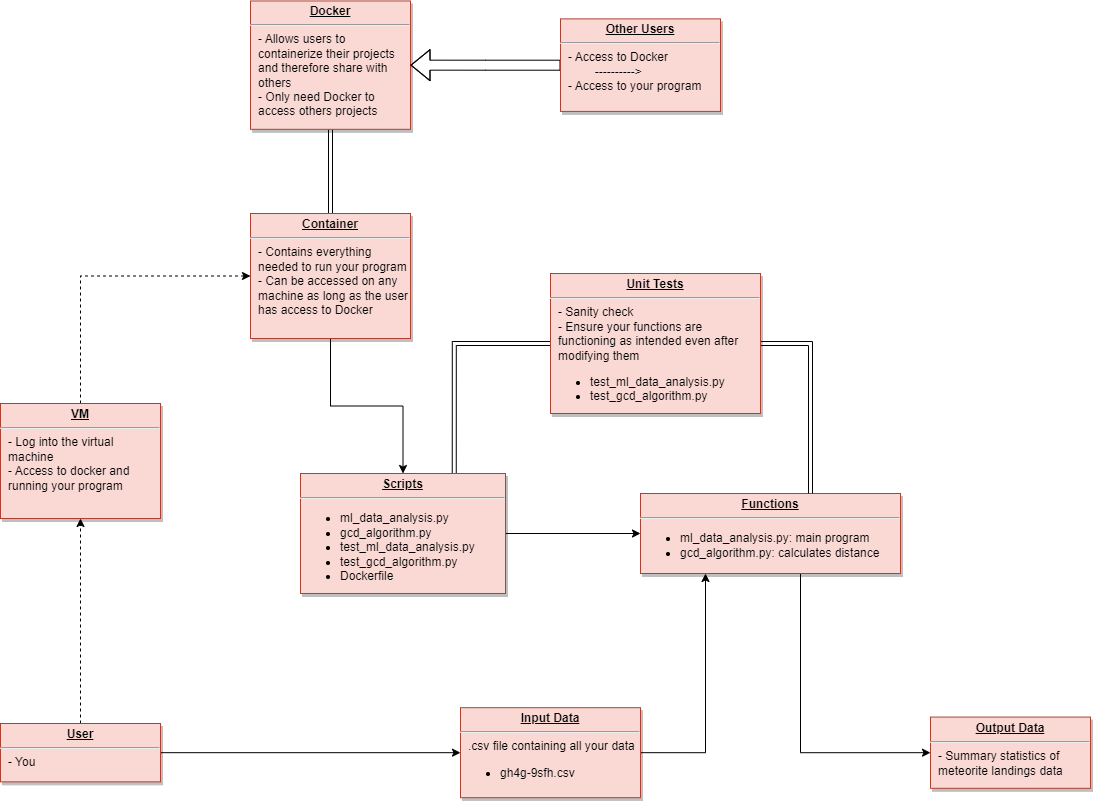
Above: homework05/diagram.png in nicoleolv/coe332-sp24 (draw.io), before the change. Source tidied: cells renumbered, new cells last; positions are measured from the earlier drawing's top-left corner, leaving out a move shared by most shapes. Its diagram source:
```xml
<mxGraphModel>
  <root>
    <mxCell id="0" />
    <mxCell id="1" parent="0" />
    <mxCell id="2" style="edgeStyle=orthogonalEdgeStyle;rounded=0;jettySize=auto;html=1;entryX=0.5;entryY=0;entryDx=0;entryDy=0;curved=0;shape=link;" parent="1" edge="1" source="3" target="5">
      <mxGeometry relative="1" as="geometry" />
    </mxCell>
    <mxCell id="3" value="&lt;p style=&quot;margin: 0px; margin-top: 4px; text-align: center; text-decoration: underline;&quot;&gt;&lt;b&gt;Docker&lt;/b&gt;&lt;/p&gt;&lt;hr&gt;&lt;p style=&quot;margin: 0px; margin-left: 8px;&quot;&gt;- Allows users to&amp;nbsp;&lt;/p&gt;&lt;p style=&quot;margin: 0px; margin-left: 8px;&quot;&gt;containerize their projects&lt;/p&gt;&lt;p style=&quot;margin: 0px; margin-left: 8px;&quot;&gt;and therefore share with&amp;nbsp;&lt;/p&gt;&lt;p style=&quot;margin: 0px; margin-left: 8px;&quot;&gt;others&lt;/p&gt;&lt;p style=&quot;margin: 0px; margin-left: 8px;&quot;&gt;- Only need Docker to&amp;nbsp;&lt;/p&gt;&lt;p style=&quot;margin: 0px; margin-left: 8px;&quot;&gt;access others projects&lt;/p&gt;" style="verticalAlign=top;align=left;overflow=fill;fontSize=12;fontFamily=Helvetica;html=1;strokeColor=#ae4132;shadow=1;fillColor=#fad9d5;" parent="1" vertex="1">
      <mxGeometry x="250" y="0.5" width="160" height="128.4" as="geometry" />
    </mxCell>
    <mxCell id="4" style="edgeStyle=orthogonalEdgeStyle;rounded=0;jettySize=auto;html=1;" parent="1" edge="1" source="5" target="11">
      <mxGeometry relative="1" as="geometry" />
    </mxCell>
    <mxCell id="5" value="&lt;p style=&quot;margin: 0px; margin-top: 4px; text-align: center; text-decoration: underline;&quot;&gt;&lt;strong&gt;Container&lt;/strong&gt;&lt;/p&gt;&lt;hr&gt;&lt;p style=&quot;margin: 0px; margin-left: 8px;&quot;&gt;- Contains everything&amp;nbsp;&lt;/p&gt;&lt;p style=&quot;margin: 0px; margin-left: 8px;&quot;&gt;needed to run your program&lt;/p&gt;&lt;p style=&quot;margin: 0px; margin-left: 8px;&quot;&gt;- Can be accessed on any&lt;/p&gt;&lt;p style=&quot;margin: 0px; margin-left: 8px;&quot;&gt;machine as long as the user&lt;/p&gt;&lt;p style=&quot;margin: 0px; margin-left: 8px;&quot;&gt;has access to Docker&lt;/p&gt;" style="verticalAlign=top;align=left;overflow=fill;fontSize=12;fontFamily=Helvetica;html=1;strokeColor=#AE4132;shadow=1;fillColor=#fad9d5;gradientColor=none;" parent="1" vertex="1">
      <mxGeometry x="250" y="213" width="160" height="125" as="geometry" />
    </mxCell>
    <mxCell id="6" style="edgeStyle=orthogonalEdgeStyle;rounded=0;jettySize=auto;html=1;exitX=0.5;exitY=0;exitDx=0;exitDy=0;entryX=0;entryY=0.5;entryDx=0;entryDy=0;dashed=1;" parent="1" edge="1" source="7" target="5">
      <mxGeometry relative="1" as="geometry" />
    </mxCell>
    <mxCell id="7" value="&lt;p style=&quot;margin: 0px; margin-top: 4px; text-align: center; text-decoration: underline;&quot;&gt;&lt;b&gt;VM&lt;/b&gt;&lt;/p&gt;&lt;hr&gt;&lt;p style=&quot;margin: 0px; margin-left: 8px;&quot;&gt;- Log into the virtual&lt;/p&gt;&lt;p style=&quot;margin: 0px; margin-left: 8px;&quot;&gt;&lt;span style=&quot;background-color: initial;&quot;&gt;machine&lt;/span&gt;&lt;/p&gt;&lt;p style=&quot;margin: 0px; margin-left: 8px;&quot;&gt;&lt;span style=&quot;background-color: initial;&quot;&gt;- Access to docker and&amp;nbsp;&lt;/span&gt;&lt;/p&gt;&lt;p style=&quot;margin: 0px; margin-left: 8px;&quot;&gt;&lt;span style=&quot;background-color: initial;&quot;&gt;running your program&amp;nbsp;&lt;/span&gt;&lt;/p&gt;&lt;p style=&quot;margin: 0px; margin-left: 8px;&quot;&gt;&amp;nbsp; &amp;nbsp;&amp;nbsp;&lt;/p&gt;" style="verticalAlign=top;align=left;overflow=fill;fontSize=12;fontFamily=Helvetica;html=1;strokeColor=#ae4132;shadow=1;fillColor=#fad9d5;" parent="1" vertex="1">
      <mxGeometry y="403" width="160" height="115" as="geometry" />
    </mxCell>
    <mxCell id="8" value="&lt;p style=&quot;margin: 0px; margin-top: 4px; text-align: center; text-decoration: underline;&quot;&gt;&lt;b&gt;Output Data&lt;/b&gt;&lt;/p&gt;&lt;hr&gt;&lt;p style=&quot;margin: 0px; margin-left: 8px;&quot;&gt;- Summary statistics of&amp;nbsp;&lt;/p&gt;&lt;p style=&quot;margin: 0px; margin-left: 8px;&quot;&gt;meteorite landings data&lt;/p&gt;" style="verticalAlign=top;align=left;overflow=fill;fontSize=12;fontFamily=Helvetica;html=1;strokeColor=#ae4132;shadow=1;fillColor=#fad9d5;" parent="1" vertex="1">
      <mxGeometry x="930" y="716.6" width="160" height="71.2" as="geometry" />
    </mxCell>
    <mxCell id="9" style="edgeStyle=orthogonalEdgeStyle;rounded=0;jettySize=auto;html=1;entryX=0;entryY=0.5;entryDx=0;entryDy=0;exitX=0.75;exitY=0;exitDx=0;exitDy=0;shape=link;" parent="1" edge="1" source="11" target="18">
      <mxGeometry relative="1" as="geometry" />
    </mxCell>
    <mxCell id="10" style="edgeStyle=orthogonalEdgeStyle;rounded=0;jettySize=auto;html=1;entryX=0;entryY=0.5;entryDx=0;entryDy=0;" parent="1" edge="1" source="11" target="16">
      <mxGeometry relative="1" as="geometry" />
    </mxCell>
    <mxCell id="11" value="&lt;p style=&quot;margin: 0px; margin-top: 4px; text-align: center; text-decoration: underline;&quot;&gt;&lt;b&gt;Scripts&lt;/b&gt;&lt;/p&gt;&lt;hr&gt;&lt;p style=&quot;border-color: var(--border-color); margin: 0px 0px 0px 8px;&quot;&gt;&lt;/p&gt;&lt;ul&gt;&lt;li style=&quot;border-color: var(--border-color);&quot;&gt;ml_data_analysis.py&lt;/li&gt;&lt;li style=&quot;border-color: var(--border-color);&quot;&gt;gcd_algorithm.py&lt;/li&gt;&lt;li style=&quot;border-color: var(--border-color);&quot;&gt;test_ml_data_analysis.py&lt;/li&gt;&lt;li style=&quot;border-color: var(--border-color);&quot;&gt;test_gcd_algorithm.py&lt;/li&gt;&lt;li style=&quot;border-color: var(--border-color);&quot;&gt;Dockerfile&lt;/li&gt;&lt;/ul&gt;&lt;p style=&quot;margin: 0px; margin-left: 8px;&quot;&gt;&amp;nbsp;&amp;nbsp;&lt;/p&gt;" style="verticalAlign=top;align=left;overflow=fill;fontSize=12;fontFamily=Helvetica;html=1;strokeColor=#ae4132;shadow=1;fillColor=#fad9d5;" parent="1" vertex="1">
      <mxGeometry x="300" y="473" width="205" height="120" as="geometry" />
    </mxCell>
    <mxCell id="12" style="edgeStyle=orthogonalEdgeStyle;rounded=0;jettySize=auto;html=1;entryX=0;entryY=0.5;entryDx=0;entryDy=0;" parent="1" edge="1" source="14" target="20">
      <mxGeometry relative="1" as="geometry" />
    </mxCell>
    <mxCell id="13" style="edgeStyle=orthogonalEdgeStyle;rounded=0;jettySize=auto;html=1;exitX=0.5;exitY=0;exitDx=0;exitDy=0;entryX=0.5;entryY=1;entryDx=0;entryDy=0;dashed=1;" parent="1" edge="1" source="14" target="7">
      <mxGeometry relative="1" as="geometry" />
    </mxCell>
    <mxCell id="14" value="&lt;p style=&quot;margin: 0px; margin-top: 4px; text-align: center; text-decoration: underline;&quot;&gt;&lt;b&gt;User&lt;/b&gt;&lt;/p&gt;&lt;hr&gt;&lt;p style=&quot;margin: 0px; margin-left: 8px;&quot;&gt;- You&amp;nbsp;&lt;/p&gt;" style="verticalAlign=top;align=left;overflow=fill;fontSize=12;fontFamily=Helvetica;html=1;strokeColor=#ae4132;shadow=1;fillColor=#fad9d5;" parent="1" vertex="1">
      <mxGeometry y="723" width="160" height="58.4" as="geometry" />
    </mxCell>
    <mxCell id="15" style="edgeStyle=orthogonalEdgeStyle;rounded=0;jettySize=auto;html=1;exitX=0.75;exitY=1;exitDx=0;exitDy=0;entryX=0;entryY=0.5;entryDx=0;entryDy=0;" parent="1" edge="1" source="16" target="8">
      <mxGeometry relative="1" as="geometry">
        <Array as="points">
          <mxPoint x="800" y="752" />
        </Array>
      </mxGeometry>
    </mxCell>
    <mxCell id="16" value="&lt;p style=&quot;margin: 0px; margin-top: 4px; text-align: center; text-decoration: underline;&quot;&gt;&lt;b&gt;Functions&lt;/b&gt;&lt;/p&gt;&lt;hr&gt;&lt;p style=&quot;margin: 0px; margin-left: 8px;&quot;&gt;&lt;/p&gt;&lt;ul&gt;&lt;li&gt;ml_data_analysis.py: main program&lt;/li&gt;&lt;li&gt;gcd_algorithm.py: calculates distance&lt;/li&gt;&lt;/ul&gt;&lt;p&gt;&lt;/p&gt;" style="verticalAlign=top;align=left;overflow=fill;fontSize=12;fontFamily=Helvetica;html=1;strokeColor=#ae4132;shadow=1;fillColor=#fad9d5;" parent="1" vertex="1">
      <mxGeometry x="640" y="493" width="260" height="80" as="geometry" />
    </mxCell>
    <mxCell id="17" style="edgeStyle=orthogonalEdgeStyle;rounded=0;jettySize=auto;html=1;shape=link;" parent="1" edge="1" target="16">
      <mxGeometry relative="1" as="geometry">
        <mxPoint x="720" y="343" as="sourcePoint" />
        <Array as="points">
          <mxPoint x="810" y="343" />
        </Array>
      </mxGeometry>
    </mxCell>
    <mxCell id="18" value="&lt;p style=&quot;margin: 0px; margin-top: 4px; text-align: center; text-decoration: underline;&quot;&gt;&lt;b&gt;Unit Tests&lt;/b&gt;&lt;/p&gt;&lt;hr&gt;&lt;p style=&quot;margin: 0px; margin-left: 8px;&quot;&gt;- Sanity check&amp;nbsp;&lt;/p&gt;&lt;p style=&quot;margin: 0px; margin-left: 8px;&quot;&gt;- Ensure your functions are&amp;nbsp;&lt;/p&gt;&lt;p style=&quot;margin: 0px; margin-left: 8px;&quot;&gt;&lt;span style=&quot;background-color: initial;&quot;&gt;functioning as intended&amp;nbsp;&lt;/span&gt;&lt;span style=&quot;background-color: initial;&quot;&gt;even after&amp;nbsp;&lt;/span&gt;&lt;/p&gt;&lt;p style=&quot;margin: 0px; margin-left: 8px;&quot;&gt;&lt;span style=&quot;background-color: initial;&quot;&gt;modifying them&amp;nbsp;&lt;/span&gt;&lt;/p&gt;&lt;p style=&quot;margin: 0px; margin-left: 8px;&quot;&gt;&lt;/p&gt;&lt;ul&gt;&lt;li&gt;&lt;span style=&quot;background-color: initial;&quot;&gt;test_ml_data_analysis.py&lt;/span&gt;&lt;/li&gt;&lt;li&gt;&lt;span style=&quot;background-color: initial;&quot;&gt;test_gcd_algorithm.py&lt;/span&gt;&lt;/li&gt;&lt;/ul&gt;&lt;p&gt;&lt;/p&gt;&lt;p style=&quot;margin: 0px; margin-left: 8px;&quot;&gt;&lt;span style=&quot;background-color: initial;&quot;&gt;&lt;br&gt;&lt;/span&gt;&lt;/p&gt;" style="verticalAlign=top;align=left;overflow=fill;fontSize=12;fontFamily=Helvetica;html=1;strokeColor=#ae4132;shadow=1;fillColor=#fad9d5;labelBorderColor=none;" parent="1" vertex="1">
      <mxGeometry x="550" y="273" width="210" height="140" as="geometry" />
    </mxCell>
    <mxCell id="19" style="edgeStyle=orthogonalEdgeStyle;rounded=0;jettySize=auto;html=1;exitX=1;exitY=0.5;exitDx=0;exitDy=0;entryX=0.25;entryY=1;entryDx=0;entryDy=0;" parent="1" edge="1" source="20" target="16">
      <mxGeometry relative="1" as="geometry" />
    </mxCell>
    <mxCell id="20" value="&lt;p style=&quot;margin: 0px ; margin-top: 4px ; text-align: center ; text-decoration: underline&quot;&gt;&lt;b&gt;Input Data&lt;/b&gt;&lt;/p&gt;&lt;hr&gt;&lt;p style=&quot;margin: 0px ; margin-left: 8px&quot;&gt;.csv file containing all your data&lt;/p&gt;&lt;p style=&quot;margin: 0px ; margin-left: 8px&quot;&gt;&lt;/p&gt;&lt;ul&gt;&lt;li&gt;gh4g-9sfh.csv&lt;/li&gt;&lt;/ul&gt;&lt;p&gt;&lt;/p&gt;" style="verticalAlign=top;align=left;overflow=fill;fontSize=12;fontFamily=Helvetica;html=1;strokeColor=#ae4132;shadow=1;fillColor=#fad9d5;" parent="1" vertex="1">
      <mxGeometry x="460" y="707.2" width="180" height="90" as="geometry" />
    </mxCell>
    <mxCell id="21" style="edgeStyle=orthogonalEdgeStyle;rounded=0;jettySize=auto;html=1;entryX=1;entryY=0.5;entryDx=0;entryDy=0;shape=flexArrow;strokeWidth=1;endSize=6;" parent="1" edge="1" source="22" target="3">
      <mxGeometry relative="1" as="geometry" />
    </mxCell>
    <mxCell id="22" value="&lt;p style=&quot;margin: 0px; margin-top: 4px; text-align: center; text-decoration: underline;&quot;&gt;&lt;b&gt;Other Users&lt;/b&gt;&lt;/p&gt;&lt;hr&gt;&lt;p style=&quot;margin: 0px; margin-left: 8px;&quot;&gt;- Access to Docker&amp;nbsp;&lt;/p&gt;&lt;p style=&quot;margin: 0px; margin-left: 8px;&quot;&gt;&lt;span style=&quot;white-space: pre;&quot;&gt;&#9;&lt;/span&gt;----------&amp;gt;&lt;br&gt;&lt;/p&gt;&lt;p style=&quot;margin: 0px; margin-left: 8px;&quot;&gt;- Access to your program&lt;/p&gt;" style="verticalAlign=top;align=left;overflow=fill;fontSize=12;fontFamily=Helvetica;html=1;strokeColor=#ae4132;shadow=1;fillColor=#fad9d5;" parent="1" vertex="1">
      <mxGeometry x="560" y="18.4" width="160" height="92.5" as="geometry" />
    </mxCell>
  </root>
</mxGraphModel>
```
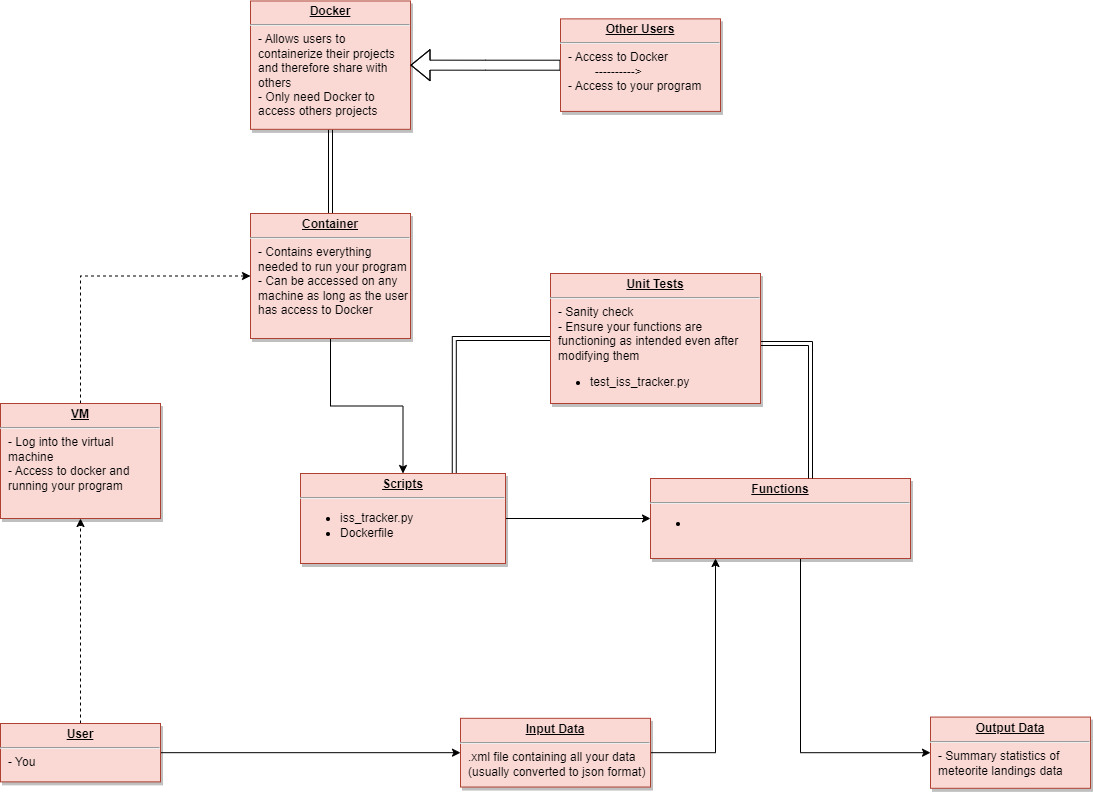
After the commit.

Diff of the diagram source:
```diff
@@ -29,8 +29,8 @@
     <mxCell id="10" style="edgeStyle=orthogonalEdgeStyle;rounded=0;jettySize=auto;html=1;entryX=0;entryY=0.5;entryDx=0;entryDy=0;" parent="1" edge="1" source="11" target="16">
       <mxGeometry relative="1" as="geometry" />
     </mxCell>
-    <mxCell id="11" value="&lt;p style=&quot;margin: 0px; margin-top: 4px; text-align: center; text-decoration: underline;&quot;&gt;&lt;b&gt;Scripts&lt;/b&gt;&lt;/p&gt;&lt;hr&gt;&lt;p style=&quot;border-color: var(--border-color); margin: 0px 0px 0px 8px;&quot;&gt;&lt;/p&gt;&lt;ul&gt;&lt;li style=&quot;border-color: var(--border-color);&quot;&gt;ml_data_analysis.py&lt;/li&gt;&lt;li style=&quot;border-color: var(--border-color);&quot;&gt;gcd_algorithm.py&lt;/li&gt;&lt;li style=&quot;border-color: var(--border-color);&quot;&gt;test_ml_data_analysis.py&lt;/li&gt;&lt;li style=&quot;border-color: var(--border-color);&quot;&gt;test_gcd_algorithm.py&lt;/li&gt;&lt;li style=&quot;border-color: var(--border-color);&quot;&gt;Dockerfile&lt;/li&gt;&lt;/ul&gt;&lt;p style=&quot;margin: 0px; margin-left: 8px;&quot;&gt;&amp;nbsp;&amp;nbsp;&lt;/p&gt;" style="verticalAlign=top;align=left;overflow=fill;fontSize=12;fontFamily=Helvetica;html=1;strokeColor=#ae4132;shadow=1;fillColor=#fad9d5;" parent="1" vertex="1">
-      <mxGeometry x="300" y="473" width="205" height="120" as="geometry" />
+    <mxCell id="11" value="&lt;p style=&quot;margin: 0px; margin-top: 4px; text-align: center; text-decoration: underline;&quot;&gt;&lt;b&gt;Scripts&lt;/b&gt;&lt;/p&gt;&lt;hr&gt;&lt;p style=&quot;border-color: var(--border-color); margin: 0px 0px 0px 8px;&quot;&gt;&lt;/p&gt;&lt;ul&gt;&lt;li style=&quot;border-color: var(--border-color);&quot;&gt;iss_tracker.py&lt;/li&gt;&lt;li style=&quot;border-color: var(--border-color);&quot;&gt;Dockerfile&lt;/li&gt;&lt;/ul&gt;&lt;p style=&quot;margin: 0px; margin-left: 8px;&quot;&gt;&amp;nbsp;&amp;nbsp;&lt;/p&gt;" style="verticalAlign=top;align=left;overflow=fill;fontSize=12;fontFamily=Helvetica;html=1;strokeColor=#ae4132;shadow=1;fillColor=#fad9d5;" parent="1" vertex="1">
+      <mxGeometry x="300" y="473" width="205" height="90" as="geometry" />
     </mxCell>
     <mxCell id="12" style="edgeStyle=orthogonalEdgeStyle;rounded=0;jettySize=auto;html=1;entryX=0;entryY=0.5;entryDx=0;entryDy=0;" parent="1" edge="1" source="14" target="20">
       <mxGeometry relative="1" as="geometry" />
@@ -48,8 +48,8 @@
         </Array>
       </mxGeometry>
     </mxCell>
-    <mxCell id="16" value="&lt;p style=&quot;margin: 0px; margin-top: 4px; text-align: center; text-decoration: underline;&quot;&gt;&lt;b&gt;Functions&lt;/b&gt;&lt;/p&gt;&lt;hr&gt;&lt;p style=&quot;margin: 0px; margin-left: 8px;&quot;&gt;&lt;/p&gt;&lt;ul&gt;&lt;li&gt;ml_data_analysis.py: main program&lt;/li&gt;&lt;li&gt;gcd_algorithm.py: calculates distance&lt;/li&gt;&lt;/ul&gt;&lt;p&gt;&lt;/p&gt;" style="verticalAlign=top;align=left;overflow=fill;fontSize=12;fontFamily=Helvetica;html=1;strokeColor=#ae4132;shadow=1;fillColor=#fad9d5;" parent="1" vertex="1">
-      <mxGeometry x="640" y="493" width="260" height="80" as="geometry" />
+    <mxCell id="16" value="&lt;p style=&quot;margin: 0px; margin-top: 4px; text-align: center; text-decoration: underline;&quot;&gt;&lt;b&gt;Functions&lt;/b&gt;&lt;/p&gt;&lt;hr&gt;&lt;p style=&quot;margin: 0px; margin-left: 8px;&quot;&gt;&lt;/p&gt;&lt;ul&gt;&lt;li&gt;&lt;br&gt;&lt;/li&gt;&lt;/ul&gt;&lt;p&gt;&lt;/p&gt;" style="verticalAlign=top;align=left;overflow=fill;fontSize=12;fontFamily=Helvetica;html=1;strokeColor=#ae4132;shadow=1;fillColor=#fad9d5;" parent="1" vertex="1">
+      <mxGeometry x="650" y="478" width="260" height="80" as="geometry" />
     </mxCell>
     <mxCell id="17" style="edgeStyle=orthogonalEdgeStyle;rounded=0;jettySize=auto;html=1;shape=link;" parent="1" edge="1" target="16">
       <mxGeometry relative="1" as="geometry">
@@ -59,14 +59,14 @@
         </Array>
       </mxGeometry>
     </mxCell>
-    <mxCell id="18" value="&lt;p style=&quot;margin: 0px; margin-top: 4px; text-align: center; text-decoration: underline;&quot;&gt;&lt;b&gt;Unit Tests&lt;/b&gt;&lt;/p&gt;&lt;hr&gt;&lt;p style=&quot;margin: 0px; margin-left: 8px;&quot;&gt;- Sanity check&amp;nbsp;&lt;/p&gt;&lt;p style=&quot;margin: 0px; margin-left: 8px;&quot;&gt;- Ensure your functions are&amp;nbsp;&lt;/p&gt;&lt;p style=&quot;margin: 0px; margin-left: 8px;&quot;&gt;&lt;span style=&quot;background-color: initial;&quot;&gt;functioning as intended&amp;nbsp;&lt;/span&gt;&lt;span style=&quot;background-color: initial;&quot;&gt;even after&amp;nbsp;&lt;/span&gt;&lt;/p&gt;&lt;p style=&quot;margin: 0px; margin-left: 8px;&quot;&gt;&lt;span style=&quot;background-color: initial;&quot;&gt;modifying them&amp;nbsp;&lt;/span&gt;&lt;/p&gt;&lt;p style=&quot;margin: 0px; margin-left: 8px;&quot;&gt;&lt;/p&gt;&lt;ul&gt;&lt;li&gt;&lt;span style=&quot;background-color: initial;&quot;&gt;test_ml_data_analysis.py&lt;/span&gt;&lt;/li&gt;&lt;li&gt;&lt;span style=&quot;background-color: initial;&quot;&gt;test_gcd_algorithm.py&lt;/span&gt;&lt;/li&gt;&lt;/ul&gt;&lt;p&gt;&lt;/p&gt;&lt;p style=&quot;margin: 0px; margin-left: 8px;&quot;&gt;&lt;span style=&quot;background-color: initial;&quot;&gt;&lt;br&gt;&lt;/span&gt;&lt;/p&gt;" style="verticalAlign=top;align=left;overflow=fill;fontSize=12;fontFamily=Helvetica;html=1;strokeColor=#ae4132;shadow=1;fillColor=#fad9d5;labelBorderColor=none;" parent="1" vertex="1">
-      <mxGeometry x="550" y="273" width="210" height="140" as="geometry" />
+    <mxCell id="18" value="&lt;p style=&quot;margin: 0px; margin-top: 4px; text-align: center; text-decoration: underline;&quot;&gt;&lt;b&gt;Unit Tests&lt;/b&gt;&lt;/p&gt;&lt;hr&gt;&lt;p style=&quot;margin: 0px; margin-left: 8px;&quot;&gt;- Sanity check&amp;nbsp;&lt;/p&gt;&lt;p style=&quot;margin: 0px; margin-left: 8px;&quot;&gt;- Ensure your functions are&amp;nbsp;&lt;/p&gt;&lt;p style=&quot;margin: 0px; margin-left: 8px;&quot;&gt;&lt;span style=&quot;background-color: initial;&quot;&gt;functioning as intended&amp;nbsp;&lt;/span&gt;&lt;span style=&quot;background-color: initial;&quot;&gt;even after&amp;nbsp;&lt;/span&gt;&lt;/p&gt;&lt;p style=&quot;margin: 0px; margin-left: 8px;&quot;&gt;&lt;span style=&quot;background-color: initial;&quot;&gt;modifying them&amp;nbsp;&lt;/span&gt;&lt;/p&gt;&lt;p style=&quot;margin: 0px; margin-left: 8px;&quot;&gt;&lt;/p&gt;&lt;ul&gt;&lt;li&gt;&lt;span style=&quot;background-color: initial;&quot;&gt;test_iss_tracker.py&lt;/span&gt;&lt;/li&gt;&lt;/ul&gt;&lt;p&gt;&lt;/p&gt;&lt;p style=&quot;margin: 0px; margin-left: 8px;&quot;&gt;&lt;span style=&quot;background-color: initial;&quot;&gt;&lt;br&gt;&lt;/span&gt;&lt;/p&gt;" style="verticalAlign=top;align=left;overflow=fill;fontSize=12;fontFamily=Helvetica;html=1;strokeColor=#ae4132;shadow=1;fillColor=#fad9d5;labelBorderColor=none;" parent="1" vertex="1">
+      <mxGeometry x="550" y="273" width="210" height="130" as="geometry" />
     </mxCell>
     <mxCell id="19" style="edgeStyle=orthogonalEdgeStyle;rounded=0;jettySize=auto;html=1;exitX=1;exitY=0.5;exitDx=0;exitDy=0;entryX=0.25;entryY=1;entryDx=0;entryDy=0;" parent="1" edge="1" source="20" target="16">
       <mxGeometry relative="1" as="geometry" />
     </mxCell>
-    <mxCell id="20" value="&lt;p style=&quot;margin: 0px ; margin-top: 4px ; text-align: center ; text-decoration: underline&quot;&gt;&lt;b&gt;Input Data&lt;/b&gt;&lt;/p&gt;&lt;hr&gt;&lt;p style=&quot;margin: 0px ; margin-left: 8px&quot;&gt;.csv file containing all your data&lt;/p&gt;&lt;p style=&quot;margin: 0px ; margin-left: 8px&quot;&gt;&lt;/p&gt;&lt;ul&gt;&lt;li&gt;gh4g-9sfh.csv&lt;/li&gt;&lt;/ul&gt;&lt;p&gt;&lt;/p&gt;" style="verticalAlign=top;align=left;overflow=fill;fontSize=12;fontFamily=Helvetica;html=1;strokeColor=#ae4132;shadow=1;fillColor=#fad9d5;" parent="1" vertex="1">
-      <mxGeometry x="460" y="707.2" width="180" height="90" as="geometry" />
+    <mxCell id="20" value="&lt;p style=&quot;margin: 0px ; margin-top: 4px ; text-align: center ; text-decoration: underline&quot;&gt;&lt;b&gt;Input Data&lt;/b&gt;&lt;/p&gt;&lt;hr&gt;&lt;p style=&quot;margin: 0px ; margin-left: 8px&quot;&gt;.xml file containing all your data&amp;nbsp;&lt;/p&gt;&lt;p style=&quot;margin: 0px ; margin-left: 8px&quot;&gt;(usually converted to json format)&lt;/p&gt;&lt;p&gt;&lt;/p&gt;" style="verticalAlign=top;align=left;overflow=fill;fontSize=12;fontFamily=Helvetica;html=1;strokeColor=#ae4132;shadow=1;fillColor=#fad9d5;" parent="1" vertex="1">
+      <mxGeometry x="460" y="717.8" width="190" height="68.7" as="geometry" />
     </mxCell>
     <mxCell id="21" style="edgeStyle=orthogonalEdgeStyle;rounded=0;jettySize=auto;html=1;entryX=1;entryY=0.5;entryDx=0;entryDy=0;shape=flexArrow;strokeWidth=1;endSize=6;" parent="1" edge="1" source="22" target="3">
       <mxGeometry relative="1" as="geometry" />
```
